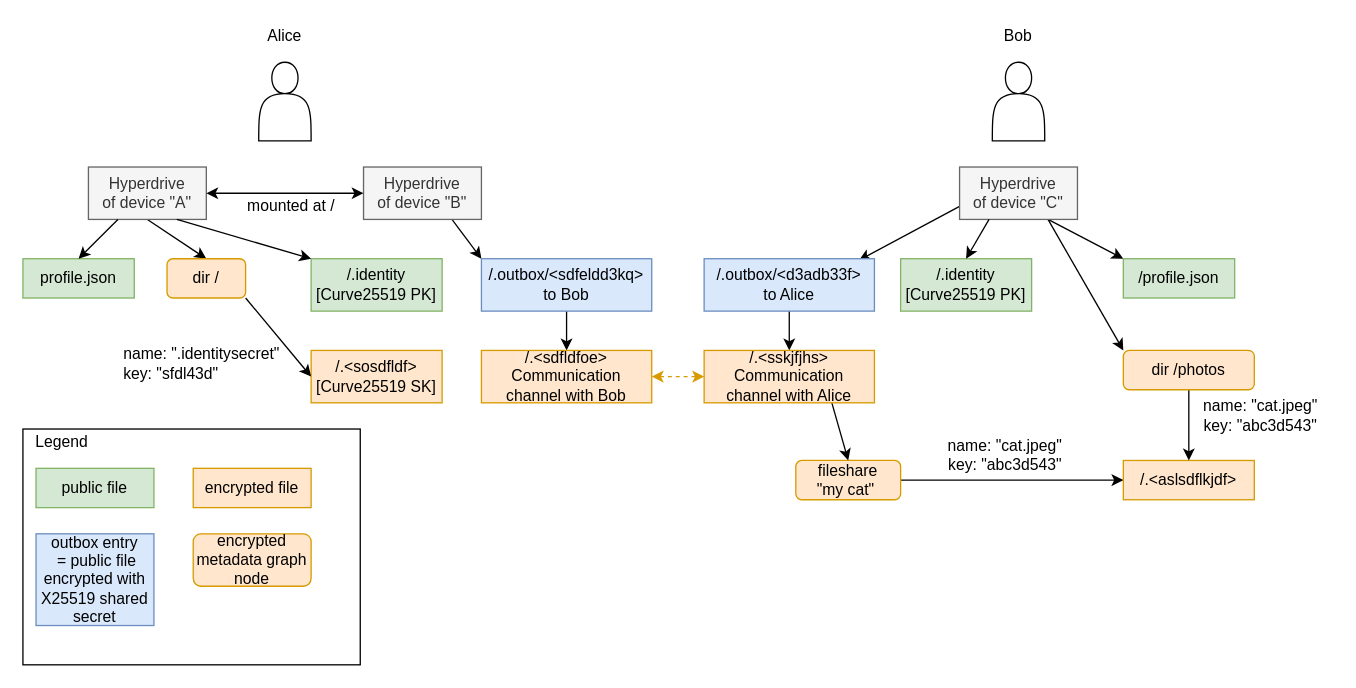
Before: docs/Example.drawio in fsteff/certacrypt, a draw.io diagram. Source tidied: cells renumbered, new cells numbered last; positions are measured from the earlier drawing's top-left corner, leaving out a move shared by most shapes. Both pictures are drawn from the tidied source at 131%, with x=0, y=0 at pixel (22, 22).
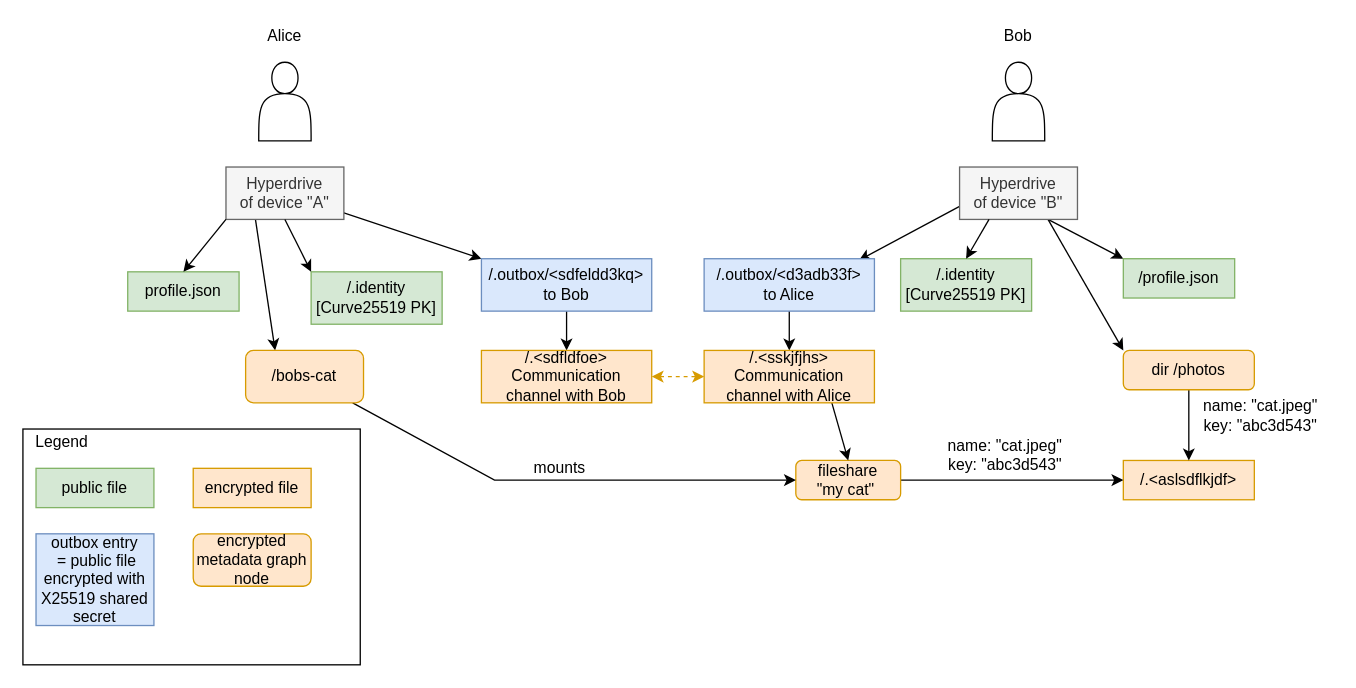
Above is the later version.

The change refers to these unchanged cells:
```xml
<mxCell id="27" value="fileshare &lt;br&gt;&quot;my cat&quot;&amp;nbsp;" style="rounded=1;whiteSpace=wrap;html=1;fillColor=#ffe6cc;strokeColor=#d79b00;" parent="1" vertex="1">
  <mxGeometry x="590" y="334" width="80" height="30" as="geometry" />
</mxCell>
<mxCell id="39" value="/.outbox/&amp;lt;sdfeldd3kq&amp;gt;&lt;br&gt;to Bob" style="rounded=0;whiteSpace=wrap;html=1;fillColor=#dae8fc;strokeColor=#6c8ebf;" parent="1" vertex="1">
  <mxGeometry x="350" y="180" width="130" height="40" as="geometry" />
</mxCell>
```

What changed in the source:
```diff
@@
-    <mxCell id="2" style="edgeStyle=none;rounded=0;jettySize=auto;html=1;exitX=0.5;exitY=1;exitDx=0;exitDy=0;entryX=0.5;entryY=0;entryDx=0;entryDy=0;" parent="1" edge="1" source="3" target="34">
-      <mxGeometry relative="1" as="geometry" />
-    </mxCell>
+    <mxCell id="48" style="rounded=0;jettySize=auto;html=1;entryX=0;entryY=0;entryDx=0;entryDy=0;" parent="1" edge="1" source="3" target="39">
+      <mxGeometry relative="1" as="geometry" />
+    </mxCell>
+    <mxCell id="49" style="edgeStyle=none;rounded=0;jettySize=auto;html=1;entryX=0.25;entryY=0;entryDx=0;entryDy=0;exitX=0.25;exitY=1;exitDx=0;exitDy=0;" parent="1" edge="1" source="3" target="51">
+      <mxGeometry relative="1" as="geometry" />
+    </mxCell>
     <mxCell id="3" value="Hyperdrive&lt;br&gt;of device &quot;A&quot;" style="rounded=0;whiteSpace=wrap;html=1;fillColor=#f5f5f5;strokeColor=#666666;fontColor=#333333;" parent="1" vertex="1">
-      <mxGeometry x="50" y="110" width="90" height="40" as="geometry" />
+      <mxGeometry x="155" y="110" width="90" height="40" as="geometry" />
     </mxCell>
@@
-    <mxCell id="8" style="edgeStyle=none;rounded=0;jettySize=auto;html=1;exitX=0.75;exitY=1;exitDx=0;exitDy=0;entryX=0;entryY=0;entryDx=0;entryDy=0;" parent="1" edge="1" source="9" target="39">
-      <mxGeometry relative="1" as="geometry" />
-    </mxCell>
-    <mxCell id="9" value="Hyperdrive&lt;br&gt;of device &quot;B&quot;" style="rounded=0;whiteSpace=wrap;html=1;fillColor=#f5f5f5;strokeColor=#666666;fontColor=#333333;" parent="1" vertex="1">
-      <mxGeometry x="260" y="110" width="90" height="40" as="geometry" />
-    </mxCell>
-    <mxCell id="10" style="endArrow=classic;startArrow=classic;html=1;exitX=1;exitY=0.5;exitDx=0;exitDy=0;entryX=0;entryY=0.5;entryDx=0;entryDy=0;" parent="1" edge="1" source="3" target="9">
-      <mxGeometry relative="1" as="geometry" />
-    </mxCell>
-    <mxCell id="11" value="&lt;font style=&quot;font-size: 12px&quot;&gt;mounted at /&lt;/font&gt;" style="text;html=1;strokeColor=none;fillColor=none;align=center;verticalAlign=middle;whiteSpace=wrap;rounded=0;" parent="1" vertex="1">
-      <mxGeometry x="170" y="130" width="70" height="20" as="geometry" />
-    </mxCell>
     <mxCell id="12" value="/.identity&lt;br&gt;[Curve25519 PK]" style="rounded=0;whiteSpace=wrap;html=1;fillColor=#d5e8d4;strokeColor=#82b366;" parent="1" vertex="1">
-      <mxGeometry x="220" y="180" width="100" height="40" as="geometry" />
+      <mxGeometry x="220" y="190" width="100" height="40" as="geometry" />
     </mxCell>
-    <mxCell id="13" style="endArrow=classic;html=1;exitX=0.75;exitY=1;exitDx=0;exitDy=0;entryX=0;entryY=0;entryDx=0;entryDy=0;" parent="1" edge="1" source="3" target="12">
+    <mxCell id="13" style="endArrow=classic;html=1;exitX=0.5;exitY=1;exitDx=0;exitDy=0;entryX=0;entryY=0;entryDx=0;entryDy=0;" parent="1" edge="1" source="3" target="12">
       <mxGeometry relative="1" as="geometry" />
     </mxCell>
     <mxCell id="14" value="profile.json" style="rounded=0;whiteSpace=wrap;html=1;fillColor=#d5e8d4;strokeColor=#82b366;" parent="1" vertex="1">
-      <mxGeometry y="180" width="85" height="30" as="geometry" />
+      <mxGeometry x="80" y="190" width="85" height="30" as="geometry" />
     </mxCell>
-    <mxCell id="15" style="endArrow=classic;html=1;exitX=0.25;exitY=1;exitDx=0;exitDy=0;entryX=0.5;entryY=0;entryDx=0;entryDy=0;" parent="1" edge="1" source="3" target="14">
+    <mxCell id="15" style="endArrow=classic;html=1;entryX=0.5;entryY=0;entryDx=0;entryDy=0;exitX=0;exitY=1;exitDx=0;exitDy=0;" parent="1" edge="1" source="3" target="14">
       <mxGeometry relative="1" as="geometry" />
     </mxCell>
@@
-    <mxCell id="19" value="Hyperdrive&lt;br&gt;of device &quot;C&quot;" style="rounded=0;whiteSpace=wrap;html=1;fillColor=#f5f5f5;strokeColor=#666666;fontColor=#333333;" parent="1" vertex="1">
+    <mxCell id="19" value="Hyperdrive&lt;br&gt;of device &quot;B&quot;" style="rounded=0;whiteSpace=wrap;html=1;fillColor=#f5f5f5;strokeColor=#666666;fontColor=#333333;" parent="1" vertex="1">
       <mxGeometry x="715" y="110" width="90" height="40" as="geometry" />
     </mxCell>
@@
-    <mxCell id="32" value="/.&amp;lt;sosdfldf&amp;gt;&lt;br&gt;[Curve25519 SK]" style="rounded=0;whiteSpace=wrap;html=1;fillColor=#ffe6cc;strokeColor=#d79b00;" parent="1" vertex="1">
-      <mxGeometry x="220" y="250" width="100" height="40" as="geometry" />
-    </mxCell>
-    <mxCell id="33" style="edgeStyle=none;rounded=0;jettySize=auto;html=1;exitX=1;exitY=1;exitDx=0;exitDy=0;entryX=0;entryY=0.5;entryDx=0;entryDy=0;" parent="1" edge="1" source="34" target="32">
-      <mxGeometry relative="1" as="geometry" />
-    </mxCell>
-    <mxCell id="34" value="dir /" style="rounded=1;whiteSpace=wrap;html=1;fillColor=#ffe6cc;strokeColor=#d79b00;" parent="1" vertex="1">
-      <mxGeometry x="110" y="180" width="60" height="30" as="geometry" />
-    </mxCell>
-    <mxCell id="35" value="name: &quot;.identitysecret&quot;&lt;br&gt;key: &quot;sfdl43d&quot;" style="text;html=1;strokeColor=none;fillColor=none;align=left;verticalAlign=middle;whiteSpace=wrap;rounded=0;" parent="1" vertex="1">
-      <mxGeometry x="75" y="250" width="130" height="20" as="geometry" />
-    </mxCell>
@@
+    <mxCell id="50" style="edgeStyle=none;rounded=0;jettySize=auto;html=1;entryX=0;entryY=0.5;entryDx=0;entryDy=0;" parent="1" edge="1" source="51" target="27">
+      <mxGeometry relative="1" as="geometry">
+        <Array as="points">
+          <mxPoint x="360" y="349" />
+        </Array>
+      </mxGeometry>
+    </mxCell>
+    <mxCell id="51" value="/bobs-cat" style="rounded=1;whiteSpace=wrap;html=1;fillColor=#ffe6cc;strokeColor=#d79b00;" parent="1" vertex="1">
+      <mxGeometry x="170" y="250" width="90" height="40" as="geometry" />
+    </mxCell>
+    <mxCell id="52" value="mounts" style="text;html=1;strokeColor=none;fillColor=none;align=center;verticalAlign=middle;whiteSpace=wrap;rounded=0;" parent="1" vertex="1">
+      <mxGeometry x="390" y="330" width="40" height="20" as="geometry" />
+    </mxCell>
```
